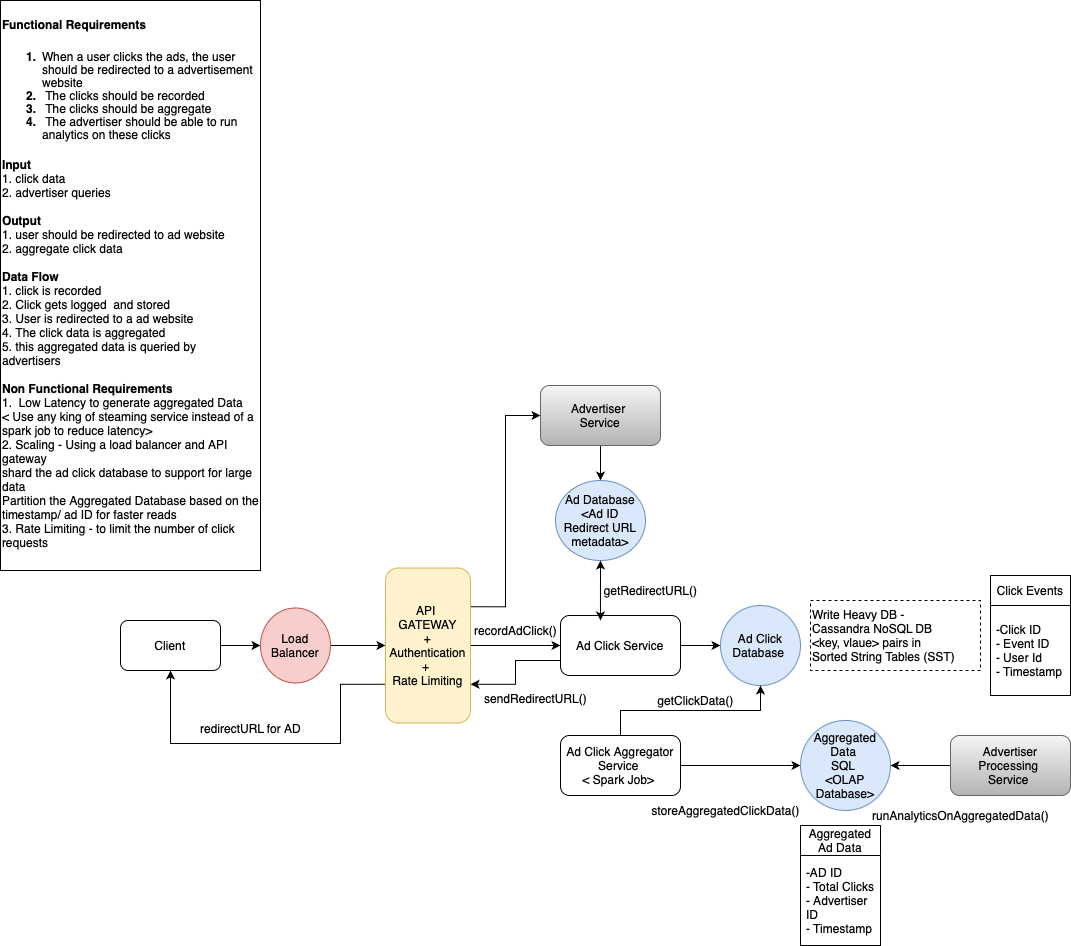
Earlier version of the draw.io export Designs/HLD/Design Ad Click Aggregator.drawio.png (chetana-c/SystemDesign). Source tidied: cells renumbered, new cells last; positions are measured from the earlier drawing's top-left corner, leaving out a move shared by most shapes.
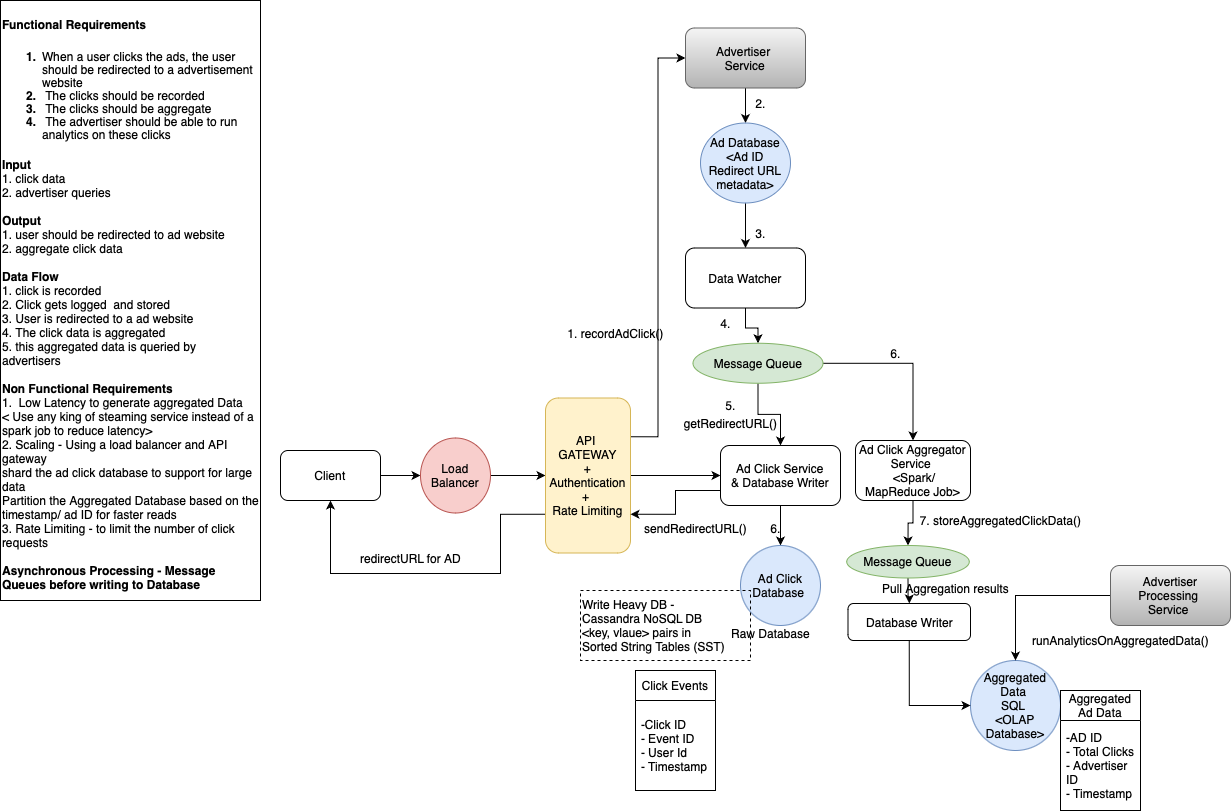
The same diagram one commit later.

What changed in the source:
```diff
@@ -4,4 +4,4 @@
     <mxCell id="1" parent="0" />
-    <mxCell id="2" value="&lt;h1 style=&quot;margin-top: 0px;&quot;&gt;&lt;font style=&quot;font-size: 12px;&quot;&gt;Functional Requirements&lt;/font&gt;&lt;/h1&gt;&lt;h1 style=&quot;margin-top: 0px; line-height: 58%;&quot;&gt;&lt;ol style=&quot;font-size: 12px;&quot;&gt;&lt;li&gt;&lt;font style=&quot;font-size: 12px; font-weight: normal;&quot;&gt;When a user clicks the ads, the user should&amp;nbsp;be redirected to a advertisement website&lt;/font&gt;&lt;/li&gt;&lt;li&gt;&lt;font style=&quot;font-size: 12px; font-weight: normal;&quot;&gt;&amp;nbsp;The clicks should be recorded&amp;nbsp;&lt;/font&gt;&lt;/li&gt;&lt;li&gt;&lt;font style=&quot;font-size: 12px; font-weight: normal;&quot;&gt;&amp;nbsp;The clicks should be aggregate&amp;nbsp;&lt;/font&gt;&lt;/li&gt;&lt;li&gt;&lt;font style=&quot;font-size: 12px; font-weight: normal;&quot;&gt;&amp;nbsp;The advertiser should be able to run analytics on these clicks&amp;nbsp;&lt;/font&gt;&lt;/li&gt;&lt;/ol&gt;&lt;/h1&gt;&lt;div style=&quot;line-height: 120%;&quot;&gt;&lt;font style=&quot;font-size: 12px;&quot;&gt;&lt;b&gt;Input&lt;/b&gt;&amp;nbsp;&lt;/font&gt;&lt;/div&gt;&lt;div style=&quot;line-height: 120%;&quot;&gt;&lt;font style=&quot;font-size: 12px;&quot;&gt;1. click data&lt;/font&gt;&lt;/div&gt;&lt;div style=&quot;line-height: 120%;&quot;&gt;&lt;font style=&quot;font-size: 12px;&quot;&gt;2. advertiser queries&amp;nbsp;&lt;/font&gt;&lt;/div&gt;&lt;div style=&quot;line-height: 120%;&quot;&gt;&lt;font style=&quot;font-size: 12px;&quot;&gt;&lt;br&gt;&lt;/font&gt;&lt;/div&gt;&lt;div style=&quot;line-height: 120%;&quot;&gt;&lt;font style=&quot;font-size: 12px;&quot;&gt;&lt;b&gt;Output&lt;/b&gt;&amp;nbsp;&lt;/font&gt;&lt;/div&gt;&lt;div style=&quot;line-height: 120%;&quot;&gt;&lt;font style=&quot;font-size: 12px;&quot;&gt;1. user should be redirected to ad website&amp;nbsp;&lt;/font&gt;&lt;/div&gt;&lt;div style=&quot;line-height: 120%;&quot;&gt;&lt;font style=&quot;font-size: 12px;&quot;&gt;2. aggregate click data&lt;/font&gt;&lt;/div&gt;&lt;div style=&quot;line-height: 120%;&quot;&gt;&lt;font style=&quot;font-size: 12px;&quot;&gt;&lt;br&gt;&lt;/font&gt;&lt;/div&gt;&lt;div style=&quot;line-height: 120%;&quot;&gt;&lt;font style=&quot;font-size: 12px;&quot;&gt;&lt;b&gt;Data Flow&amp;nbsp;&lt;/b&gt;&lt;/font&gt;&lt;/div&gt;&lt;div style=&quot;line-height: 120%;&quot;&gt;&lt;font style=&quot;font-size: 12px;&quot;&gt;1. click is recorded&lt;/font&gt;&lt;/div&gt;&lt;div style=&quot;line-height: 120%;&quot;&gt;&lt;font style=&quot;font-size: 12px;&quot;&gt;2. Click gets logged&amp;nbsp; and stored&lt;/font&gt;&lt;/div&gt;&lt;div style=&quot;line-height: 120%;&quot;&gt;&lt;font style=&quot;font-size: 12px;&quot;&gt;3. User is redirected to a ad website&lt;/font&gt;&lt;/div&gt;&lt;div style=&quot;line-height: 120%;&quot;&gt;&lt;font style=&quot;font-size: 12px;&quot;&gt;4. The click data is aggregated&amp;nbsp;&lt;/font&gt;&lt;/div&gt;&lt;div style=&quot;line-height: 120%;&quot;&gt;&lt;font style=&quot;font-size: 12px;&quot;&gt;5. this aggregated data is queried by advertisers&amp;nbsp;&lt;/font&gt;&lt;/div&gt;&lt;div style=&quot;line-height: 120%;&quot;&gt;&lt;span style=&quot;&quot;&gt;&lt;br&gt;&lt;/span&gt;&lt;/div&gt;&lt;div style=&quot;line-height: 120%;&quot;&gt;&lt;b&gt;Non Functional Requirements&lt;/b&gt;&lt;/div&gt;&lt;div style=&quot;line-height: 120%;&quot;&gt;1. &amp;nbsp;Low Latency to generate aggregated Data&lt;/div&gt;&lt;div style=&quot;line-height: 120%;&quot;&gt;&amp;lt; Use any king of steaming service instead of a spark job to reduce latency&amp;gt;&lt;/div&gt;&lt;div style=&quot;line-height: 120%;&quot;&gt;2. Scaling - Using a load balancer and API gateway&lt;/div&gt;&lt;div style=&quot;line-height: 120%;&quot;&gt;shard the ad click database to support for large data&lt;/div&gt;&lt;div style=&quot;line-height: 120%;&quot;&gt;Partition the Aggregated Database based on the timestamp/ ad ID for faster reads&lt;/div&gt;&lt;div style=&quot;line-height: 120%;&quot;&gt;3. Rate Limiting - to limit the number of click requests&amp;nbsp;&lt;/div&gt;&lt;div style=&quot;line-height: 120%;&quot;&gt;&lt;br&gt;&lt;/div&gt;&lt;div style=&quot;line-height: 120%;&quot;&gt;&lt;span style=&quot;font-size: 15px;&quot;&gt;&lt;br&gt;&lt;/span&gt;&lt;/div&gt;&lt;div style=&quot;line-height: 120%;&quot;&gt;&lt;span style=&quot;font-size: 15px;&quot;&gt;&lt;br&gt;&lt;/span&gt;&lt;/div&gt;&lt;div style=&quot;line-height: 0%;&quot;&gt;&lt;br&gt;&lt;/div&gt;" style="text;html=1;whiteSpace=wrap;overflow=hidden;rounded=0;strokeColor=default;" parent="1" vertex="1">
-      <mxGeometry width="260" height="570" as="geometry" />
+    <mxCell id="2" value="&lt;h1 style=&quot;margin-top: 0px;&quot;&gt;&lt;font style=&quot;font-size: 12px;&quot;&gt;Functional Requirements&lt;/font&gt;&lt;/h1&gt;&lt;h1 style=&quot;margin-top: 0px; line-height: 58%;&quot;&gt;&lt;ol style=&quot;font-size: 12px;&quot;&gt;&lt;li&gt;&lt;font style=&quot;font-size: 12px; font-weight: normal;&quot;&gt;When a user clicks the ads, the user should&amp;nbsp;be redirected to a advertisement website&lt;/font&gt;&lt;/li&gt;&lt;li&gt;&lt;font style=&quot;font-size: 12px; font-weight: normal;&quot;&gt;&amp;nbsp;The clicks should be recorded&amp;nbsp;&lt;/font&gt;&lt;/li&gt;&lt;li&gt;&lt;font style=&quot;font-size: 12px; font-weight: normal;&quot;&gt;&amp;nbsp;The clicks should be aggregate&amp;nbsp;&lt;/font&gt;&lt;/li&gt;&lt;li&gt;&lt;font style=&quot;font-size: 12px; font-weight: normal;&quot;&gt;&amp;nbsp;The advertiser should be able to run analytics on these clicks&amp;nbsp;&lt;/font&gt;&lt;/li&gt;&lt;/ol&gt;&lt;/h1&gt;&lt;div style=&quot;line-height: 120%;&quot;&gt;&lt;font style=&quot;font-size: 12px;&quot;&gt;&lt;b&gt;Input&lt;/b&gt;&amp;nbsp;&lt;/font&gt;&lt;/div&gt;&lt;div style=&quot;line-height: 120%;&quot;&gt;&lt;font style=&quot;font-size: 12px;&quot;&gt;1. click data&lt;/font&gt;&lt;/div&gt;&lt;div style=&quot;line-height: 120%;&quot;&gt;&lt;font style=&quot;font-size: 12px;&quot;&gt;2. advertiser queries&amp;nbsp;&lt;/font&gt;&lt;/div&gt;&lt;div style=&quot;line-height: 120%;&quot;&gt;&lt;font style=&quot;font-size: 12px;&quot;&gt;&lt;br&gt;&lt;/font&gt;&lt;/div&gt;&lt;div style=&quot;line-height: 120%;&quot;&gt;&lt;font style=&quot;font-size: 12px;&quot;&gt;&lt;b&gt;Output&lt;/b&gt;&amp;nbsp;&lt;/font&gt;&lt;/div&gt;&lt;div style=&quot;line-height: 120%;&quot;&gt;&lt;font style=&quot;font-size: 12px;&quot;&gt;1. user should be redirected to ad website&amp;nbsp;&lt;/font&gt;&lt;/div&gt;&lt;div style=&quot;line-height: 120%;&quot;&gt;&lt;font style=&quot;font-size: 12px;&quot;&gt;2. aggregate click data&lt;/font&gt;&lt;/div&gt;&lt;div style=&quot;line-height: 120%;&quot;&gt;&lt;font style=&quot;font-size: 12px;&quot;&gt;&lt;br&gt;&lt;/font&gt;&lt;/div&gt;&lt;div style=&quot;line-height: 120%;&quot;&gt;&lt;font style=&quot;font-size: 12px;&quot;&gt;&lt;b&gt;Data Flow&amp;nbsp;&lt;/b&gt;&lt;/font&gt;&lt;/div&gt;&lt;div style=&quot;line-height: 120%;&quot;&gt;&lt;font style=&quot;font-size: 12px;&quot;&gt;1. click is recorded&lt;/font&gt;&lt;/div&gt;&lt;div style=&quot;line-height: 120%;&quot;&gt;&lt;font style=&quot;font-size: 12px;&quot;&gt;2. Click gets logged&amp;nbsp; and stored&lt;/font&gt;&lt;/div&gt;&lt;div style=&quot;line-height: 120%;&quot;&gt;&lt;font style=&quot;font-size: 12px;&quot;&gt;3. User is redirected to a ad website&lt;/font&gt;&lt;/div&gt;&lt;div style=&quot;line-height: 120%;&quot;&gt;&lt;font style=&quot;font-size: 12px;&quot;&gt;4. The click data is aggregated&amp;nbsp;&lt;/font&gt;&lt;/div&gt;&lt;div style=&quot;line-height: 120%;&quot;&gt;&lt;font style=&quot;font-size: 12px;&quot;&gt;5. this aggregated data is queried by advertisers&amp;nbsp;&lt;/font&gt;&lt;/div&gt;&lt;div style=&quot;line-height: 120%;&quot;&gt;&lt;span style=&quot;&quot;&gt;&lt;br&gt;&lt;/span&gt;&lt;/div&gt;&lt;div style=&quot;line-height: 120%;&quot;&gt;&lt;b&gt;Non Functional Requirements&lt;/b&gt;&lt;/div&gt;&lt;div style=&quot;line-height: 120%;&quot;&gt;1. &amp;nbsp;Low Latency to generate aggregated Data&lt;/div&gt;&lt;div style=&quot;line-height: 120%;&quot;&gt;&amp;lt; Use any king of steaming service instead of a spark job to reduce latency&amp;gt;&lt;/div&gt;&lt;div style=&quot;line-height: 120%;&quot;&gt;2. Scaling - Using a load balancer and API gateway&lt;/div&gt;&lt;div style=&quot;line-height: 120%;&quot;&gt;shard the ad click database to support for large data&lt;/div&gt;&lt;div style=&quot;line-height: 120%;&quot;&gt;Partition the Aggregated Database based on the timestamp/ ad ID for faster reads&lt;/div&gt;&lt;div style=&quot;line-height: 120%;&quot;&gt;3. Rate Limiting - to limit the number of click requests&amp;nbsp;&lt;/div&gt;&lt;div style=&quot;line-height: 120%;&quot;&gt;&lt;b&gt;&lt;br&gt;&lt;/b&gt;&lt;/div&gt;&lt;div style=&quot;line-height: 120%;&quot;&gt;&lt;b&gt;Asynchronous Processing - Message Queues before writing to Database&lt;/b&gt;&lt;/div&gt;&lt;div style=&quot;line-height: 120%;&quot;&gt;&lt;span style=&quot;font-size: 15px;&quot;&gt;&lt;br&gt;&lt;/span&gt;&lt;/div&gt;&lt;div style=&quot;line-height: 120%;&quot;&gt;&lt;span style=&quot;font-size: 15px;&quot;&gt;&lt;br&gt;&lt;/span&gt;&lt;/div&gt;&lt;div style=&quot;line-height: 0%;&quot;&gt;&lt;br&gt;&lt;/div&gt;" style="text;html=1;whiteSpace=wrap;overflow=hidden;rounded=0;strokeColor=default;" parent="1" vertex="1">
+      <mxGeometry x="-160" y="170" width="260" height="600" as="geometry" />
     </mxCell>
@@ -37,2 +37,5 @@
     </mxCell>
+    <mxCell id="12" style="edgeStyle=orthogonalEdgeStyle;rounded=0;jettySize=auto;html=1;exitX=0;exitY=0.75;exitDx=0;exitDy=0;entryX=1;entryY=0.75;entryDx=0;entryDy=0;" parent="1" edge="1" source="13" target="10">
+      <mxGeometry relative="1" as="geometry" />
+    </mxCell>
     <mxCell id="11" style="edgeStyle=orthogonalEdgeStyle;rounded=0;jettySize=auto;html=1;" parent="1" edge="1" source="13" target="14">
@@ -40,6 +43,3 @@
     </mxCell>
-    <mxCell id="12" style="edgeStyle=orthogonalEdgeStyle;rounded=0;jettySize=auto;html=1;exitX=0;exitY=0.75;exitDx=0;exitDy=0;entryX=1;entryY=0.75;entryDx=0;entryDy=0;" parent="1" edge="1" source="13" target="10">
-      <mxGeometry relative="1" as="geometry" />
-    </mxCell>
-    <mxCell id="13" value="Ad Click Service" style="whiteSpace=wrap;html=1;rounded=1;" parent="1" vertex="1">
+    <mxCell id="13" value="Ad Click Service&lt;div&gt;&amp;amp; Database Writer&lt;/div&gt;" style="whiteSpace=wrap;html=1;rounded=1;" parent="1" vertex="1">
       <mxGeometry x="560" y="615" width="120" height="60" as="geometry" />
@@ -47,12 +47,12 @@
     <mxCell id="14" value="Ad Click Database&amp;nbsp;" style="ellipse;whiteSpace=wrap;html=1;rounded=1;fillColor=#dae8fc;strokeColor=#6c8ebf;" parent="1" vertex="1">
-      <mxGeometry x="720" y="605" width="80" height="80" as="geometry" />
+      <mxGeometry x="580" y="715" width="80" height="80" as="geometry" />
     </mxCell>
-    <mxCell id="15" value="recordAdClick()" style="text;html=1;align=center;verticalAlign=middle;strokeColor=none;fillColor=none;" parent="1" vertex="1">
-      <mxGeometry x="460" y="615" width="110" height="30" as="geometry" />
+    <mxCell id="15" value="1. recordAdClick()" style="text;html=1;align=center;verticalAlign=middle;strokeColor=none;fillColor=none;" parent="1" vertex="1">
+      <mxGeometry x="395" y="487.5" width="120" height="30" as="geometry" />
     </mxCell>
     <mxCell id="16" value="Write Heavy DB -&amp;nbsp;&lt;div&gt;Cassandra NoSQL DB&amp;nbsp;&lt;/div&gt;&lt;div&gt;&amp;lt;key, vlaue&amp;gt; pairs in&amp;nbsp;&lt;/div&gt;&lt;div style=&quot;&quot;&gt;Sorted String Tables (SST)&lt;/div&gt;" style="text;html=1;align=left;verticalAlign=middle;strokeColor=default;fillColor=none;dashed=1;" parent="1" vertex="1">
-      <mxGeometry x="810" y="600" width="170" height="70" as="geometry" />
+      <mxGeometry x="420" y="760" width="170" height="70" as="geometry" />
     </mxCell>
     <mxCell id="17" value="Click Events" style="swimlane;fontStyle=0;horizontal=1;startSize=30;whiteSpace=wrap;html=1;" parent="1" vertex="1">
-      <mxGeometry x="990" y="575" width="80" height="120" as="geometry" />
+      <mxGeometry x="475" y="840" width="80" height="120" as="geometry" />
     </mxCell>
@@ -61,13 +61,10 @@
     </mxCell>
-    <mxCell id="19" style="edgeStyle=orthogonalEdgeStyle;rounded=0;jettySize=auto;html=1;exitX=0.5;exitY=0;exitDx=0;exitDy=0;entryX=0.5;entryY=1;entryDx=0;entryDy=0;" parent="1" edge="1" source="21" target="14">
-      <mxGeometry relative="1" as="geometry" />
-    </mxCell>
-    <mxCell id="20" style="edgeStyle=orthogonalEdgeStyle;rounded=0;jettySize=auto;html=1;exitX=1;exitY=0.5;exitDx=0;exitDy=0;" parent="1" edge="1" source="21" target="22">
-      <mxGeometry relative="1" as="geometry" />
-    </mxCell>
+    <mxCell id="37" style="edgeStyle=orthogonalEdgeStyle;rounded=0;jettySize=auto;html=1;" parent="1" edge="1" source="21" target="51">
+      <mxGeometry relative="1" as="geometry" />
+    </mxCell>
-    <mxCell id="21" value="Ad Click Aggregator Service&amp;nbsp;&lt;div&gt;&amp;lt; Spark Job&amp;gt;&amp;nbsp;&lt;/div&gt;" style="whiteSpace=wrap;html=1;rounded=1;" parent="1" vertex="1">
-      <mxGeometry x="560" y="735" width="120" height="60" as="geometry" />
+    <mxCell id="21" value="Ad Click Aggregator Service&amp;nbsp;&lt;div&gt;&amp;nbsp;&amp;lt;Spark/ MapReduce Job&amp;gt;&lt;/div&gt;" style="whiteSpace=wrap;html=1;rounded=1;" parent="1" vertex="1">
+      <mxGeometry x="695" y="610" width="115" height="60" as="geometry" />
     </mxCell>
     <mxCell id="22" value="Aggregated Data&amp;nbsp;&lt;div&gt;SQL&amp;nbsp;&lt;br&gt;&lt;div&gt;&amp;lt;OLAP Database&amp;gt;&lt;/div&gt;&lt;/div&gt;" style="ellipse;whiteSpace=wrap;html=1;rounded=1;fillColor=#dae8fc;strokeColor=#6c8ebf;" parent="1" vertex="1">
-      <mxGeometry x="800" y="720" width="90" height="90" as="geometry" />
+      <mxGeometry x="810" y="830" width="90" height="90" as="geometry" />
     </mxCell>
@@ -79,7 +76,4 @@
     </mxCell>
-    <mxCell id="25" value="getClickData()" style="text;html=1;align=center;verticalAlign=middle;strokeColor=none;fillColor=none;" parent="1" vertex="1">
-      <mxGeometry x="645" y="685" width="100" height="30" as="geometry" />
-    </mxCell>
     <mxCell id="26" value="runAnalyticsOnAggregatedData()" style="text;html=1;align=center;verticalAlign=middle;strokeColor=none;fillColor=none;" parent="1" vertex="1">
-      <mxGeometry x="860" y="800" width="200" height="30" as="geometry" />
+      <mxGeometry x="860" y="795" width="200" height="30" as="geometry" />
     </mxCell>
@@ -89,13 +83,13 @@
     <mxCell id="28" value="Advertiser&amp;nbsp;&lt;div&gt;Service&lt;/div&gt;" style="rounded=1;whiteSpace=wrap;html=1;fillColor=#f5f5f5;gradientColor=#b3b3b3;strokeColor=#666666;" parent="1" vertex="1">
-      <mxGeometry x="540" y="385" width="120" height="60" as="geometry" />
+      <mxGeometry x="525" y="197.5" width="120" height="60" as="geometry" />
     </mxCell>
+    <mxCell id="38" style="edgeStyle=orthogonalEdgeStyle;rounded=0;jettySize=auto;html=1;exitX=0.5;exitY=1;exitDx=0;exitDy=0;entryX=0.5;entryY=0;entryDx=0;entryDy=0;" parent="1" edge="1" source="29" target="40">
+      <mxGeometry relative="1" as="geometry" />
+    </mxCell>
     <mxCell id="29" value="Ad Database&lt;div&gt;&amp;lt;Ad ID&lt;/div&gt;&lt;div&gt;Redirect URL&lt;/div&gt;&lt;div&gt;metadata&amp;gt;&lt;/div&gt;" style="ellipse;whiteSpace=wrap;html=1;rounded=1;fillColor=#dae8fc;strokeColor=#6c8ebf;" parent="1" vertex="1">
-      <mxGeometry x="555" y="480" width="90" height="80" as="geometry" />
+      <mxGeometry x="540" y="292.5" width="90" height="80" as="geometry" />
     </mxCell>
     <mxCell id="30" value="getRedirectURL()" style="text;html=1;align=center;verticalAlign=middle;strokeColor=none;fillColor=none;" parent="1" vertex="1">
-      <mxGeometry x="590" y="575" width="120" height="30" as="geometry" />
+      <mxGeometry x="510" y="577.5" width="120" height="30" as="geometry" />
     </mxCell>
-    <mxCell id="31" style="endArrow=classic;startArrow=classic;html=1;rounded=0;entryX=0.5;entryY=1;entryDx=0;entryDy=0;exitX=0.333;exitY=0.083;exitDx=0;exitDy=0;exitPerimeter=0;" parent="1" edge="1" source="13" target="29">
-      <mxGeometry relative="1" as="geometry" />
-    </mxCell>
     <mxCell id="32" value="sendRedirectURL()" style="text;html=1;align=center;verticalAlign=middle;strokeColor=none;fillColor=none;" parent="1" vertex="1">
@@ -106,7 +100,7 @@
     </mxCell>
-    <mxCell id="34" value="storeAggregatedClickData()" style="text;html=1;align=center;verticalAlign=middle;strokeColor=none;fillColor=none;" parent="1" vertex="1">
-      <mxGeometry x="640" y="795" width="170" height="30" as="geometry" />
+    <mxCell id="34" value="7. storeAggregatedClickData()" style="text;html=1;align=center;verticalAlign=middle;strokeColor=none;fillColor=none;" parent="1" vertex="1">
+      <mxGeometry x="750" y="675" width="180" height="30" as="geometry" />
     </mxCell>
     <mxCell id="35" value="Aggregated Ad Data" style="swimlane;fontStyle=0;horizontal=1;startSize=30;whiteSpace=wrap;html=1;" parent="1" vertex="1">
-      <mxGeometry x="800" y="825" width="80" height="120" as="geometry" />
+      <mxGeometry x="900" y="860" width="80" height="120" as="geometry" />
     </mxCell>
@@ -115,2 +109,53 @@
     </mxCell>
+    <mxCell id="39" style="edgeStyle=orthogonalEdgeStyle;rounded=0;jettySize=auto;html=1;" parent="1" edge="1" source="40" target="43">
+      <mxGeometry relative="1" as="geometry" />
+    </mxCell>
+    <mxCell id="40" value="Data Watcher" style="whiteSpace=wrap;html=1;rounded=1;" parent="1" vertex="1">
+      <mxGeometry x="525" y="417.5" width="120" height="60" as="geometry" />
+    </mxCell>
+    <mxCell id="41" style="edgeStyle=orthogonalEdgeStyle;rounded=0;jettySize=auto;html=1;entryX=0.5;entryY=0;entryDx=0;entryDy=0;" parent="1" edge="1" source="43" target="21">
+      <mxGeometry relative="1" as="geometry" />
+    </mxCell>
+    <mxCell id="42" style="edgeStyle=orthogonalEdgeStyle;rounded=0;jettySize=auto;html=1;exitX=0.5;exitY=1;exitDx=0;exitDy=0;entryX=0.5;entryY=0;entryDx=0;entryDy=0;" parent="1" edge="1" source="43" target="13">
+      <mxGeometry relative="1" as="geometry" />
+    </mxCell>
+    <mxCell id="43" value="Message Queue" style="ellipse;whiteSpace=wrap;html=1;rounded=1;fillColor=#d5e8d4;strokeColor=#82b366;" parent="1" vertex="1">
+      <mxGeometry x="532.5" y="512.8" width="130" height="40" as="geometry" />
+    </mxCell>
+    <mxCell id="44" value="2." style="text;html=1;align=center;verticalAlign=middle;strokeColor=none;fillColor=none;" parent="1" vertex="1">
+      <mxGeometry x="585" y="258" width="30" height="30" as="geometry" />
+    </mxCell>
+    <mxCell id="45" value="3." style="text;html=1;align=center;verticalAlign=middle;strokeColor=none;fillColor=none;" parent="1" vertex="1">
+      <mxGeometry x="585" y="388" width="30" height="30" as="geometry" />
+    </mxCell>
+    <mxCell id="46" value="4." style="text;html=1;align=center;verticalAlign=middle;strokeColor=none;fillColor=none;" parent="1" vertex="1">
+      <mxGeometry x="550" y="477.5" width="30" height="30" as="geometry" />
+    </mxCell>
+    <mxCell id="47" value="5." style="text;html=1;align=center;verticalAlign=middle;strokeColor=none;fillColor=none;" parent="1" vertex="1">
+      <mxGeometry x="555" y="560" width="30" height="30" as="geometry" />
+    </mxCell>
+    <mxCell id="48" value="6." style="text;html=1;align=center;verticalAlign=middle;strokeColor=none;fillColor=none;" parent="1" vertex="1">
+      <mxGeometry x="600" y="682.5" width="30" height="30" as="geometry" />
+    </mxCell>
+    <mxCell id="49" value="6." style="text;html=1;align=center;verticalAlign=middle;strokeColor=none;fillColor=none;" parent="1" vertex="1">
+      <mxGeometry x="720" y="507.5" width="30" height="30" as="geometry" />
+    </mxCell>
+    <mxCell id="50" style="edgeStyle=orthogonalEdgeStyle;rounded=0;jettySize=auto;html=1;" parent="1" edge="1" source="51" target="54">
+      <mxGeometry relative="1" as="geometry" />
+    </mxCell>
+    <mxCell id="51" value="Message Queue" style="ellipse;whiteSpace=wrap;html=1;rounded=1;fillColor=#d5e8d4;strokeColor=#82b366;" parent="1" vertex="1">
+      <mxGeometry x="686.2" y="715" width="122.5" height="32.5" as="geometry" />
+    </mxCell>
+    <mxCell id="52" value="Raw Database" style="text;html=1;align=center;verticalAlign=middle;strokeColor=none;fillColor=none;" parent="1" vertex="1">
+      <mxGeometry x="560" y="788" width="100" height="30" as="geometry" />
+    </mxCell>
+    <mxCell id="53" style="edgeStyle=orthogonalEdgeStyle;rounded=0;jettySize=auto;html=1;exitX=0.5;exitY=1;exitDx=0;exitDy=0;entryX=0;entryY=0.5;entryDx=0;entryDy=0;" parent="1" edge="1" source="54" target="22">
+      <mxGeometry relative="1" as="geometry" />
+    </mxCell>
+    <mxCell id="54" value="Database Writer" style="whiteSpace=wrap;html=1;rounded=1;" parent="1" vertex="1">
+      <mxGeometry x="687.5" y="773" width="122.5" height="37" as="geometry" />
+    </mxCell>
+    <mxCell id="55" value="Pull Aggregation results" style="text;html=1;align=center;verticalAlign=middle;strokeColor=none;fillColor=none;" parent="1" vertex="1">
+      <mxGeometry x="710" y="743" width="150" height="30" as="geometry" />
+    </mxCell>
   </root>
```
